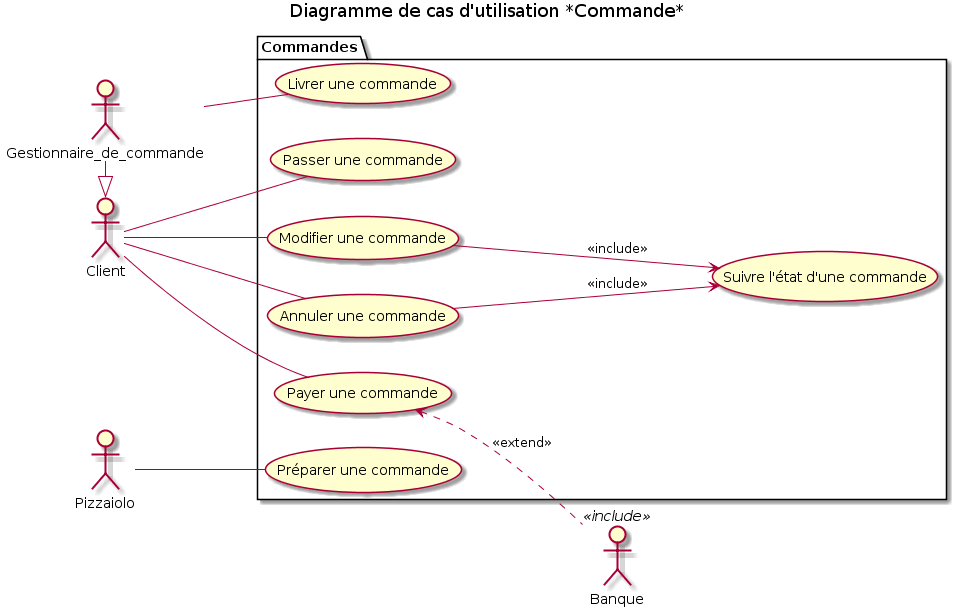
This is v3/img/03_commande.png from Zepmanbc/oc_dapython_pr4, a PlantUML export, as it was before one commit. Source of this version:
```plantuml
@startuml 03_commande
title Diagramme de cas d'utilisation *Commande*

actor Gestionnaire_de_commande as GESTCMD
actor Client as CUSTOMER
actor Banque <<include>> as BANK
actor Pizzaiolo as PZLO

package Commandes{
    left to right direction
    (Passer une commande) as CREATE_CMD
    (Préparer une commande) as MAKE_CMD
    (Livrer une commande) as DELIVER_CMD
    (Modifier une commande) as MODIFY_CMD
    (Annuler une commande) as CANCEL_CMD
    (Suivre l'état d'une commande) as FOLLOW_CMD
    (Payer une commande) as PAY_CMD
}

MODIFY_CMD --> FOLLOW_CMD: <<include>>
CANCEL_CMD --> FOLLOW_CMD: <<include>>

CUSTOMER -- CREATE_CMD
CUSTOMER -- MODIFY_CMD
CUSTOMER -- CANCEL_CMD
CUSTOMER -- PAY_CMD

GESTCMD -- DELIVER_CMD

PAY_CMD <.. BANK: <<extend>>

PZLO -- MAKE_CMD

GESTCMD -|> CUSTOMER

@enduml
```
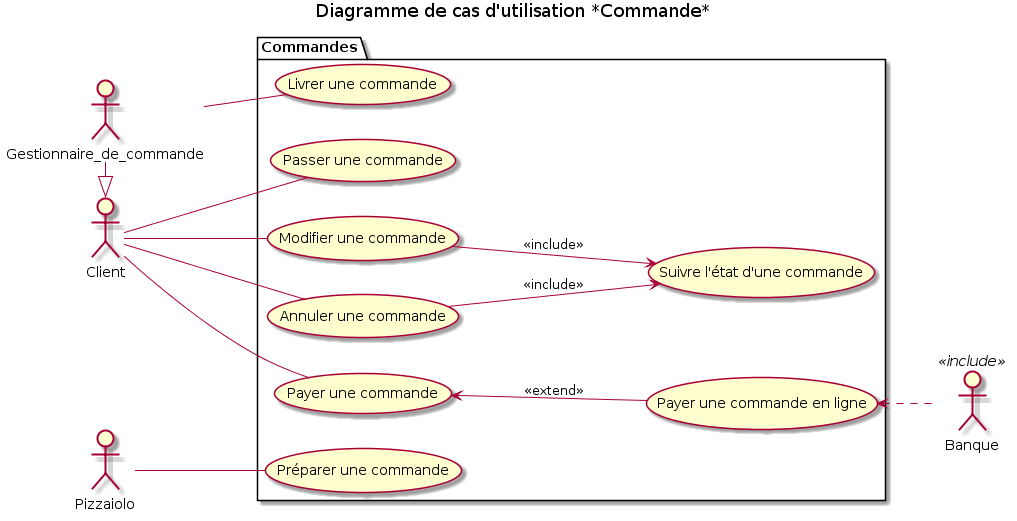
The same diagram one commit later.

Diff of the diagram source:
```diff
@@ -15,6 +15,7 @@
     (Annuler une commande) as CANCEL_CMD
     (Suivre l'état d'une commande) as FOLLOW_CMD
     (Payer une commande) as PAY_CMD
+    (Payer une commande en ligne) as PAY_ONLINE_CMD
 }
 
 MODIFY_CMD --> FOLLOW_CMD: <<include>>
@@ -24,10 +25,11 @@
 CUSTOMER -- MODIFY_CMD
 CUSTOMER -- CANCEL_CMD
 CUSTOMER -- PAY_CMD
+PAY_CMD <-- PAY_ONLINE_CMD: <<extend>>
 
 GESTCMD -- DELIVER_CMD
 
-PAY_CMD <.. BANK: <<extend>>
+PAY_ONLINE_CMD <.. BANK
 
 PZLO -- MAKE_CMD
 
```
